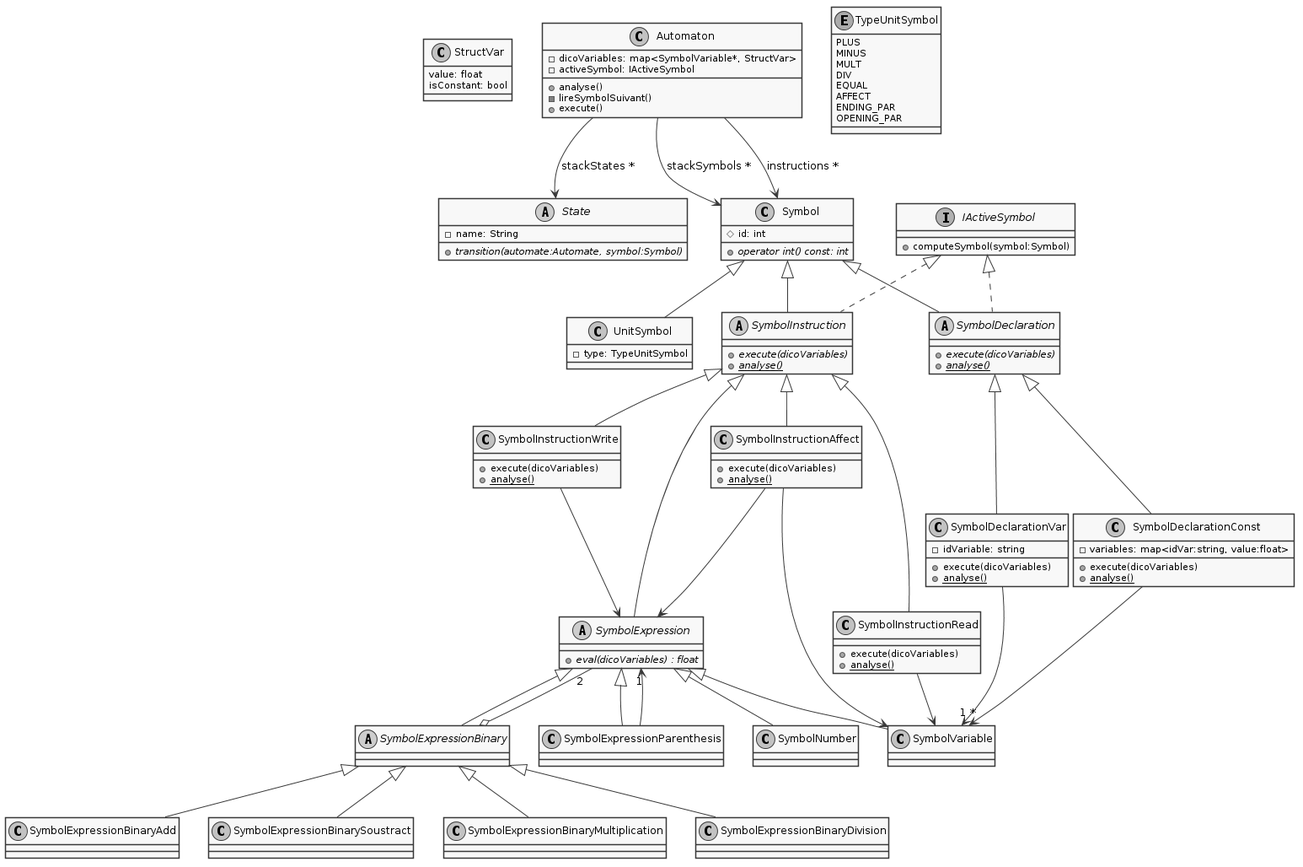
This is diagrams/class/lutin-compiler-class-diagram-uml.png from antitoine/INSA-4IF-lutin-compiler, a PlantUML export, as it was before one commit.
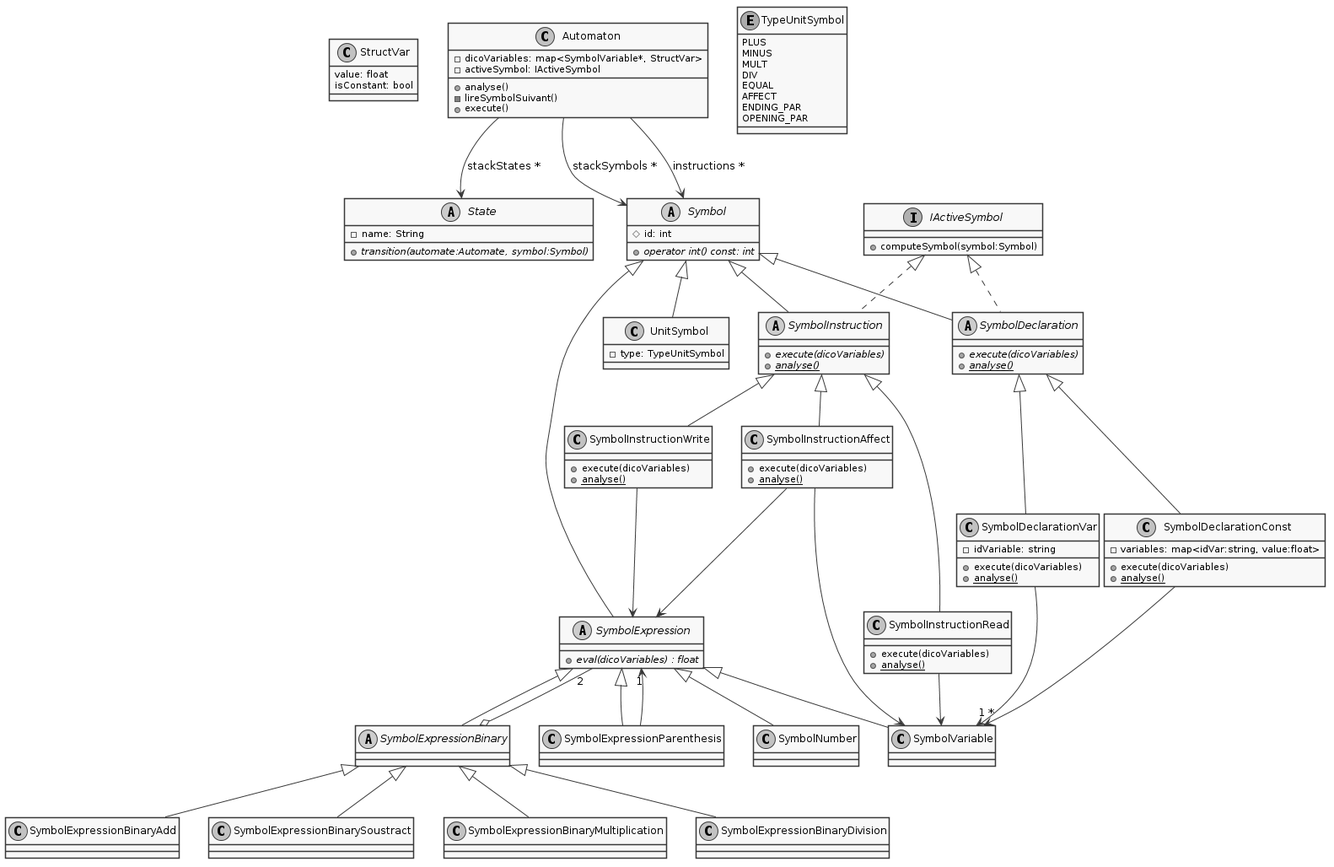
Above is the later version.

Commit message:
Modification diag classes

The edit, as a diff of the source:
```diff
@@ -19,7 +19,7 @@
 }
 
 
-class "Symbol" as CLASS_SYMBOLE {
+abstract class "Symbol" as CLASS_SYMBOLE {
     # id: int
     + {abstract} operator int() const: int
 }
@@ -73,7 +73,7 @@
     + {static} analyse()
 }
 
-abstract class "SymbolExpression" as CLASS_SYMBOLE_EXPRESSION extends CLASS_SYMBOLE_INSTRUCTION {
+abstract class "SymbolExpression" as CLASS_SYMBOLE_EXPRESSION extends CLASS_SYMBOLE {
     + {abstract} eval(dicoVariables) : float
 }
 
```
